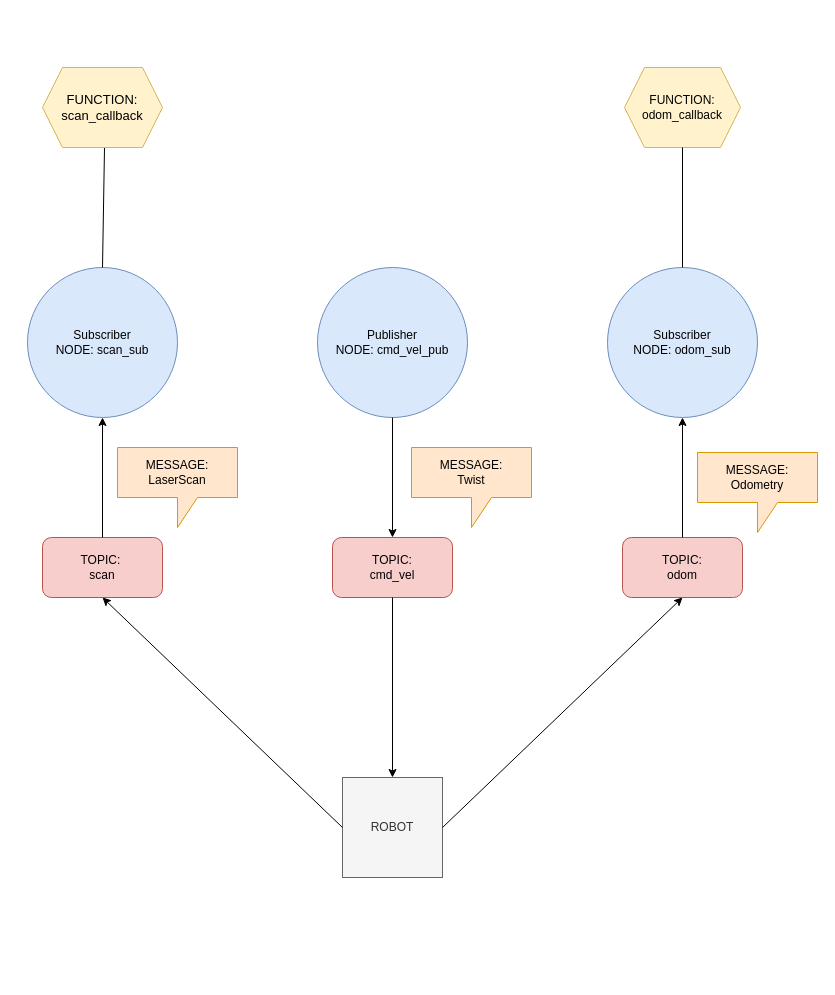
Above: nodes_topics.drawio in bergos/thd-plv2 (draw.io), before the change. Source tidied: cells renumbered, new cells numbered last; positions are measured from the earlier drawing's top-left corner, leaving out a move shared by most shapes. Both pictures are drawn from the tidied source at 100%, with x=0, y=0 at pixel (27, 67).
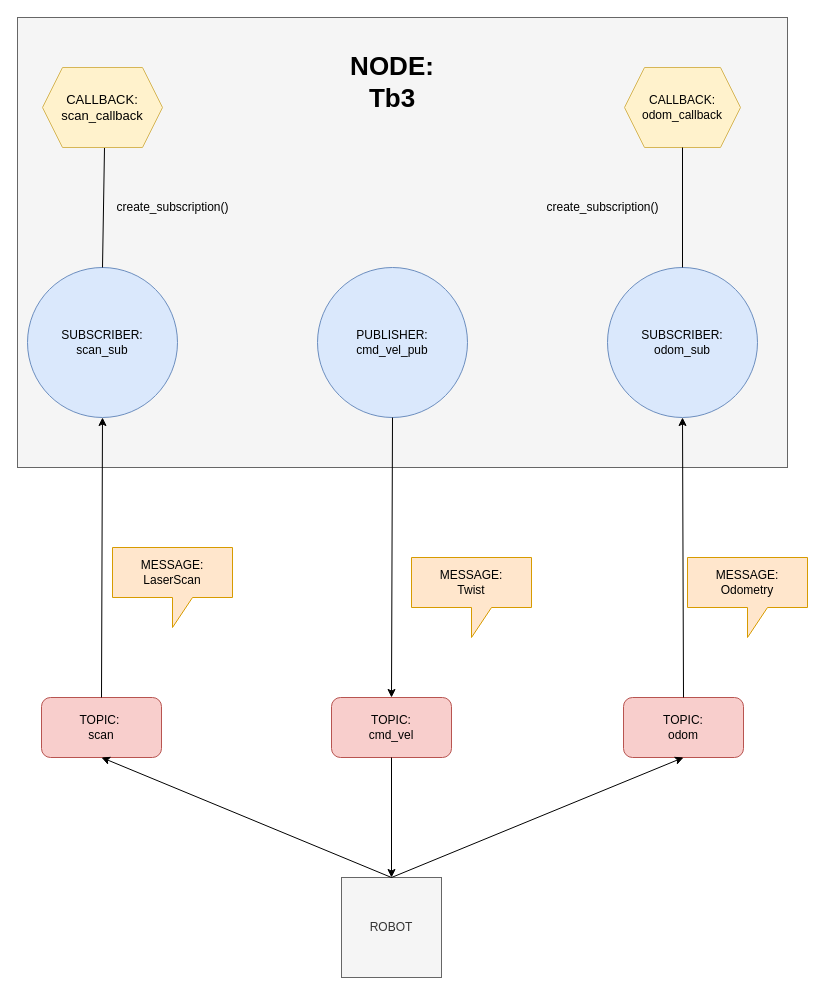
After the change.

What changed in the source:
```diff
@@
+    <mxCell id="22" style="rounded=0;whiteSpace=wrap;html=1;fontSize=26;fillColor=#f5f5f5;fontColor=#333333;strokeColor=#666666;" parent="1" vertex="1">
+      <mxGeometry x="-10" y="-50" width="770" height="450" as="geometry" />
+    </mxCell>
-    <mxCell id="2" value="Publisher NODE:&amp;nbsp;cmd_vel_pub" style="ellipse;whiteSpace=wrap;html=1;fillColor=#dae8fc;strokeColor=#6c8ebf;" parent="1" vertex="1">
+    <mxCell id="2" value="PUBLISHER:&lt;br&gt;cmd_vel_pub" style="ellipse;whiteSpace=wrap;html=1;fillColor=#dae8fc;strokeColor=#6c8ebf;" parent="1" vertex="1">
       <mxGeometry x="290" y="200" width="150" height="150" as="geometry" />
     </mxCell>
-    <mxCell id="3" value="Subscriber&lt;br&gt;NODE:&amp;nbsp;scan_sub" style="ellipse;whiteSpace=wrap;html=1;fillColor=#dae8fc;strokeColor=#6c8ebf;" parent="1" vertex="1">
+    <mxCell id="3" value="SUBSCRIBER:&lt;br&gt;scan_sub" style="ellipse;whiteSpace=wrap;html=1;fillColor=#dae8fc;strokeColor=#6c8ebf;" parent="1" vertex="1">
       <mxGeometry y="200" width="150" height="150" as="geometry" />
     </mxCell>
-    <mxCell id="4" value="Subscriber&lt;br&gt;NODE:&amp;nbsp;odom_sub" style="ellipse;whiteSpace=wrap;html=1;fillColor=#dae8fc;strokeColor=#6c8ebf;" parent="1" vertex="1">
+    <mxCell id="4" value="SUBSCRIBER:&lt;br&gt;odom_sub" style="ellipse;whiteSpace=wrap;html=1;fillColor=#dae8fc;strokeColor=#6c8ebf;" parent="1" vertex="1">
       <mxGeometry x="580" y="200" width="150" height="150" as="geometry" />
     </mxCell>
     <mxCell id="5" value="MESSAGE: LaserScan" style="shape=callout;whiteSpace=wrap;html=1;perimeter=calloutPerimeter;fillColor=#ffe6cc;strokeColor=#d79b00;" parent="1" vertex="1">
-      <mxGeometry x="90" y="380" width="120" height="80" as="geometry" />
+      <mxGeometry x="85" y="480" width="120" height="80" as="geometry" />
     </mxCell>
     <mxCell id="6" value="MESSAGE:&lt;br&gt;Twist" style="shape=callout;whiteSpace=wrap;html=1;perimeter=calloutPerimeter;fillColor=#ffe6cc;strokeColor=#d79b00;" parent="1" vertex="1">
-      <mxGeometry x="384" y="380" width="120" height="80" as="geometry" />
+      <mxGeometry x="384" y="490" width="120" height="80" as="geometry" />
     </mxCell>
     <mxCell id="7" value="MESSAGE:&lt;br&gt;Odometry" style="shape=callout;whiteSpace=wrap;html=1;perimeter=calloutPerimeter;fillColor=#ffe6cc;strokeColor=#d79b00;" parent="1" vertex="1">
-      <mxGeometry x="670" y="385" width="120" height="80" as="geometry" />
+      <mxGeometry x="660" y="490" width="120" height="80" as="geometry" />
     </mxCell>
     <mxCell id="8" value="TOPIC:&lt;br&gt;cmd_vel" style="rounded=1;whiteSpace=wrap;html=1;fillColor=#f8cecc;strokeColor=#b85450;" parent="1" vertex="1">
-      <mxGeometry x="305" y="470" width="120" height="60" as="geometry" />
+      <mxGeometry x="304" y="630" width="120" height="60" as="geometry" />
     </mxCell>
     <mxCell id="9" value="TOPIC:&amp;nbsp;&lt;br&gt;scan" style="rounded=1;whiteSpace=wrap;html=1;fillColor=#f8cecc;strokeColor=#b85450;" parent="1" vertex="1">
-      <mxGeometry x="15" y="470" width="120" height="60" as="geometry" />
+      <mxGeometry x="14" y="630" width="120" height="60" as="geometry" />
     </mxCell>
     <mxCell id="10" value="TOPIC:&lt;br&gt;odom" style="rounded=1;whiteSpace=wrap;html=1;fillColor=#f8cecc;strokeColor=#b85450;" parent="1" vertex="1">
-      <mxGeometry x="595" y="470" width="120" height="60" as="geometry" />
+      <mxGeometry x="596" y="630" width="120" height="60" as="geometry" />
     </mxCell>
     <mxCell id="11" value="ROBOT" style="whiteSpace=wrap;html=1;fillColor=#f5f5f5;fontColor=#333333;strokeColor=#666666;" parent="1" vertex="1">
-      <mxGeometry x="315" y="710" width="100" height="100" as="geometry" />
+      <mxGeometry x="314" y="810" width="100" height="100" as="geometry" />
     </mxCell>
@@
-    <mxCell id="13" style="endArrow=classic;html=1;rounded=0;exitX=0.5;exitY=1;exitDx=0;exitDy=0;entryX=0.5;entryY=0;entryDx=0;entryDy=0;" parent="1" edge="1" source="8">
+    <mxCell id="13" style="endArrow=classic;html=1;rounded=0;exitX=0.5;exitY=1;exitDx=0;exitDy=0;" parent="1" edge="1" source="8">
       <mxGeometry relative="1" as="geometry">
-        <mxPoint x="365" y="710" as="targetPoint" />
+        <mxPoint x="364" y="810" as="targetPoint" />
       </mxGeometry>
     </mxCell>
-    <mxCell id="14" style="endArrow=classic;html=1;rounded=0;exitX=0;exitY=0.5;exitDx=0;exitDy=0;entryX=0.5;entryY=1;entryDx=0;entryDy=0;" parent="1" edge="1" target="9">
-      <mxGeometry relative="1" as="geometry">
-        <mxPoint x="315" y="760" as="sourcePoint" />
-      </mxGeometry>
+    <mxCell id="14" style="endArrow=classic;html=1;rounded=0;exitX=0.5;exitY=0;exitDx=0;exitDy=0;entryX=0.5;entryY=1;entryDx=0;entryDy=0;" parent="1" edge="1" source="11" target="9">
+      <mxGeometry relative="1" as="geometry" />
     </mxCell>
-    <mxCell id="15" style="endArrow=classic;html=1;rounded=0;exitX=1;exitY=0.5;exitDx=0;exitDy=0;entryX=0.5;entryY=1;entryDx=0;entryDy=0;" parent="1" edge="1" target="10">
-      <mxGeometry relative="1" as="geometry">
-        <mxPoint x="415" y="760" as="sourcePoint" />
-      </mxGeometry>
+    <mxCell id="15" style="endArrow=classic;html=1;rounded=0;exitX=0.5;exitY=0;exitDx=0;exitDy=0;entryX=0.5;entryY=1;entryDx=0;entryDy=0;" parent="1" edge="1" source="11" target="10">
+      <mxGeometry relative="1" as="geometry" />
     </mxCell>
@@
-    <mxCell id="18" value="FUNCTION:&lt;br&gt;odom_callback" style="shape=hexagon;perimeter=hexagonPerimeter2;whiteSpace=wrap;html=1;fixedSize=1;fillColor=#fff2cc;strokeColor=#d6b656;" parent="1" vertex="1">
+    <mxCell id="18" value="CALLBACK:&lt;br&gt;odom_callback" style="shape=hexagon;perimeter=hexagonPerimeter2;whiteSpace=wrap;html=1;fixedSize=1;fillColor=#fff2cc;strokeColor=#d6b656;" parent="1" vertex="1">
       <mxGeometry x="597" width="116" height="80" as="geometry" />
     </mxCell>
@@
-    <mxCell id="21" value="FUNCTION:&lt;br&gt;scan_callback" style="shape=hexagon;perimeter=hexagonPerimeter2;whiteSpace=wrap;html=1;fixedSize=1;fontSize=13;fillColor=#fff2cc;strokeColor=#d6b656;" parent="1" vertex="1">
+    <mxCell id="21" value="CALLBACK:&lt;br&gt;scan_callback" style="shape=hexagon;perimeter=hexagonPerimeter2;whiteSpace=wrap;html=1;fixedSize=1;fontSize=13;fillColor=#fff2cc;strokeColor=#d6b656;" parent="1" vertex="1">
       <mxGeometry x="15" width="120" height="80" as="geometry" />
     </mxCell>
+    <mxCell id="23" value="create_subscription()" style="text;html=1;align=center;verticalAlign=middle;strokeColor=none;fillColor=none;" parent="1" vertex="1">
+      <mxGeometry x="80" y="130" width="130" height="20" as="geometry" />
+    </mxCell>
+    <mxCell id="24" value="create_subscription()" style="text;html=1;align=center;verticalAlign=middle;strokeColor=none;fillColor=none;" parent="1" vertex="1">
+      <mxGeometry x="510" y="130" width="130" height="20" as="geometry" />
+    </mxCell>
+    <mxCell id="25" value="NODE: Tb3" style="text;html=1;strokeColor=none;fillColor=none;align=center;verticalAlign=middle;whiteSpace=wrap;rounded=0;fontSize=26;fontStyle=1;" parent="1" vertex="1">
+      <mxGeometry x="335" width="60" height="30" as="geometry" />
+    </mxCell>
```
